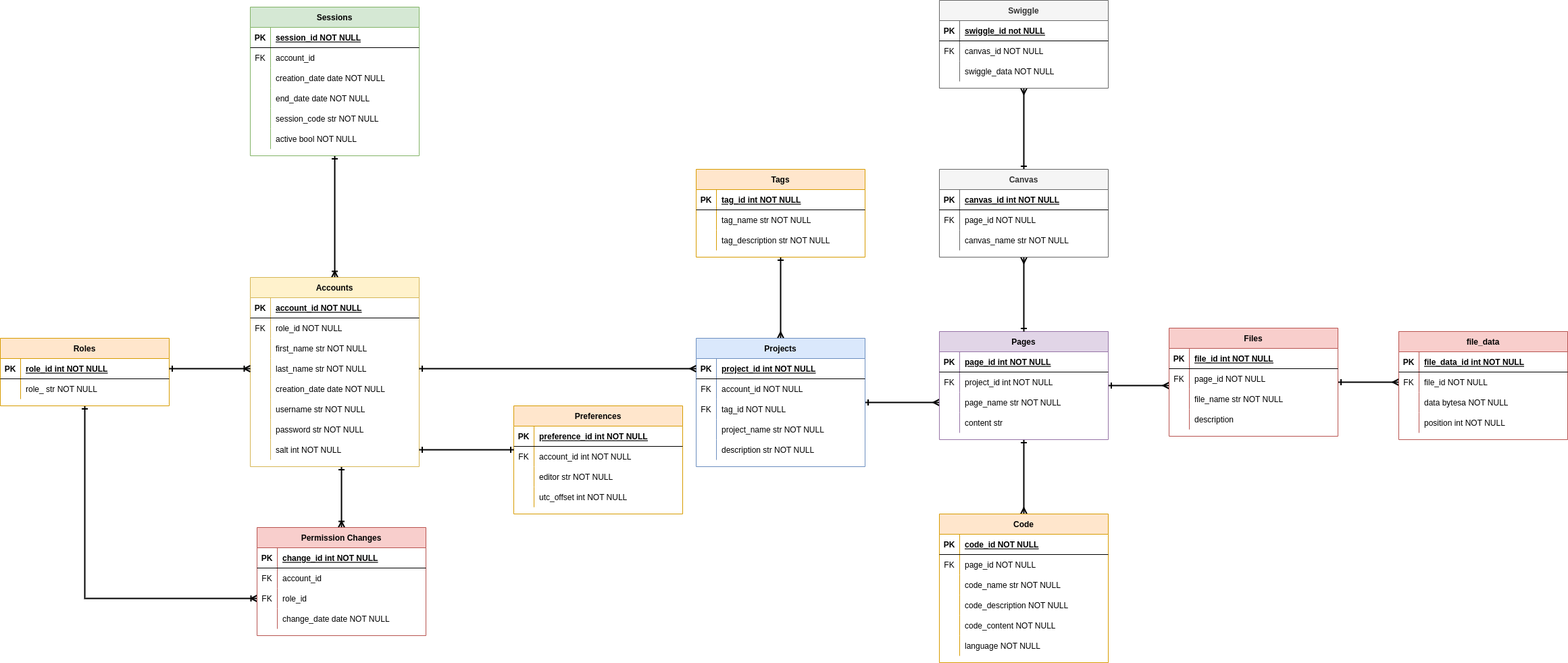
The draw.io diagram assets/erd/erd.png in Maple-Lazuli/one-place-v3, before a commit. Source tidied: cells renumbered, new cells last; positions are measured from the earlier drawing's top-left corner, leaving out a move shared by most shapes.
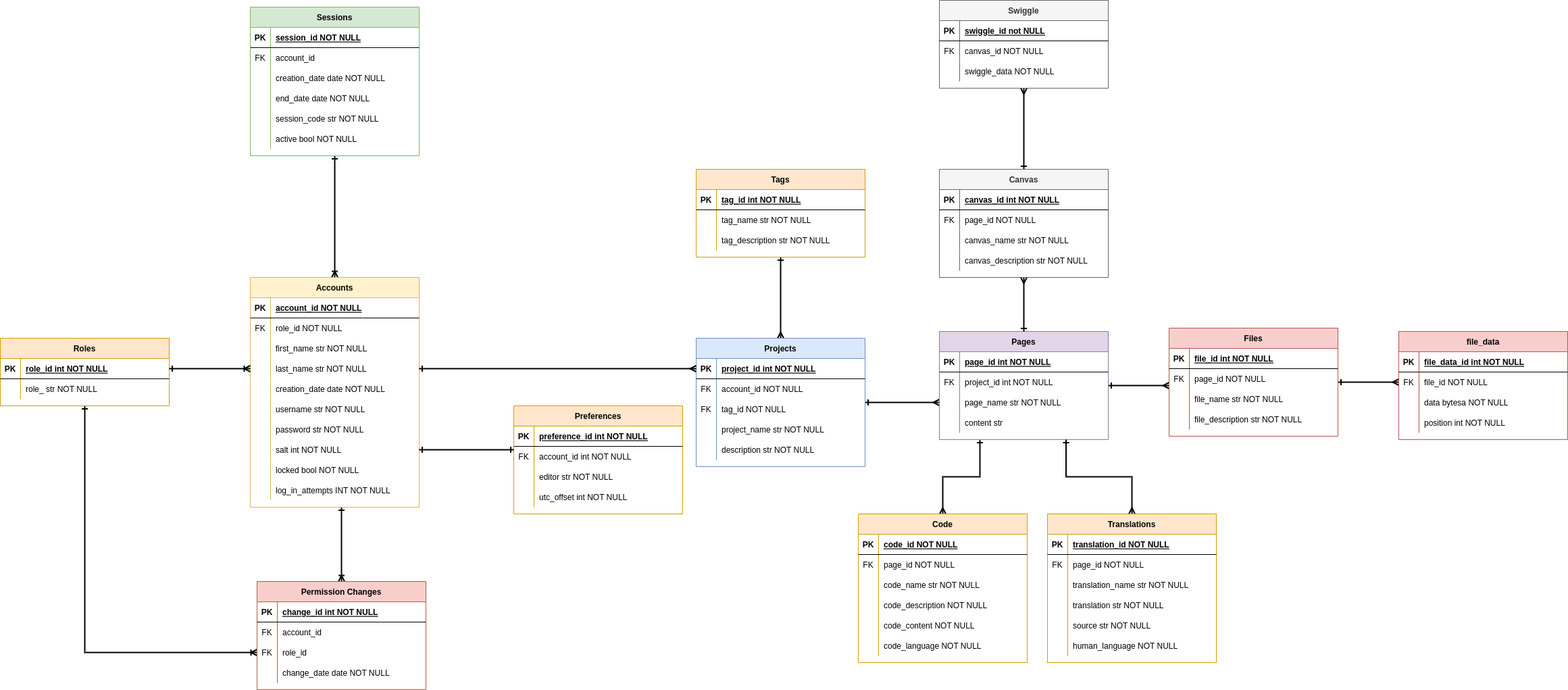
After the commit.

Commit message:
re-exported the erd

Diff of the diagram source:
```diff
@@ -88,11 +88,11 @@
     </mxCell>
     <mxCell id="30" style="edgeStyle=orthogonalEdgeStyle;rounded=0;jettySize=auto;html=1;startArrow=ERoneToMany;startFill=0;endArrow=ERone;endFill=0;strokeWidth=2;" parent="1" edge="1" source="31">
       <mxGeometry relative="1" as="geometry">
-        <mxPoint x="505" y="690" as="targetPoint" />
+        <mxPoint x="505" y="750" as="targetPoint" />
       </mxGeometry>
     </mxCell>
     <mxCell id="31" value="Permission Changes" style="shape=table;startSize=30;rowLines=0;fontStyle=1;align=center;fillColor=#f8cecc;strokeColor=#b85450;" parent="1" vertex="1">
-      <mxGeometry x="380" y="780" width="250" height="160" as="geometry" />
+      <mxGeometry x="380" y="860" width="250" height="160" as="geometry" />
     </mxCell>
     <mxCell id="32" style="shape=partialRectangle;fillColor=none;top=0;left=0;right=0;bottom=1;" parent="31" vertex="1">
       <mxGeometry y="30" width="250" height="30" as="geometry" />
@@ -131,7 +131,7 @@
       <mxGeometry x="30" width="220" height="30" as="geometry" />
     </mxCell>
     <mxCell id="44" value="Accounts" style="shape=table;startSize=30;rowLines=0;fontStyle=1;align=center;fillColor=#fff2cc;strokeColor=#d6b656;" parent="1" vertex="1">
-      <mxGeometry x="370" y="410" width="250" height="280" as="geometry" />
+      <mxGeometry x="370" y="410" width="250" height="340" as="geometry" />
     </mxCell>
     <mxCell id="45" style="shape=partialRectangle;fillColor=none;top=0;left=0;right=0;bottom=1;" parent="44" vertex="1">
       <mxGeometry y="30" width="250" height="30" as="geometry" />
@@ -205,6 +205,24 @@
     <mxCell id="68" value="salt int NOT NULL" style="shape=partialRectangle;overflow=hidden;fillColor=none;top=0;left=0;bottom=0;right=0;align=left;spacingLeft=6;" parent="66" vertex="1">
       <mxGeometry x="30" width="220" height="30" as="geometry" />
     </mxCell>
+    <mxCell id="196" style="shape=partialRectangle;fillColor=none;top=0;left=0;right=0;bottom=0;" parent="44" vertex="1">
+      <mxGeometry y="270" width="250" height="30" as="geometry" />
+    </mxCell>
+    <mxCell id="197" style="shape=partialRectangle;overflow=hidden;fillColor=none;top=0;left=0;bottom=0;right=0;" parent="196" vertex="1">
+      <mxGeometry width="30" height="30" as="geometry" />
+    </mxCell>
+    <mxCell id="198" value="locked bool NOT NULL " style="shape=partialRectangle;overflow=hidden;fillColor=none;top=0;left=0;bottom=0;right=0;align=left;spacingLeft=6;" parent="196" vertex="1">
+      <mxGeometry x="30" width="220" height="30" as="geometry" />
+    </mxCell>
+    <mxCell id="199" style="shape=partialRectangle;fillColor=none;top=0;left=0;right=0;bottom=0;" parent="44" vertex="1">
+      <mxGeometry y="300" width="250" height="30" as="geometry" />
+    </mxCell>
+    <mxCell id="200" style="shape=partialRectangle;overflow=hidden;fillColor=none;top=0;left=0;bottom=0;right=0;" parent="199" vertex="1">
+      <mxGeometry width="30" height="30" as="geometry" />
+    </mxCell>
+    <mxCell id="201" value="log_in_attempts INT NOT NULL" style="shape=partialRectangle;overflow=hidden;fillColor=none;top=0;left=0;bottom=0;right=0;align=left;spacingLeft=6;" parent="199" vertex="1">
+      <mxGeometry x="30" width="220" height="30" as="geometry" />
+    </mxCell>
     <mxCell id="69" style="edgeStyle=orthogonalEdgeStyle;rounded=0;jettySize=auto;html=1;entryX=0;entryY=0.5;entryDx=0;entryDy=0;strokeWidth=2;startArrow=ERone;startFill=0;endArrow=ERoneToMany;endFill=0;" parent="1" edge="1" source="4" target="54">
       <mxGeometry relative="1" as="geometry" />
     </mxCell>
@@ -338,7 +356,12 @@
       <mxGeometry x="30" width="220" height="30" as="geometry" />
     </mxCell>
     <mxCell id="113" style="edgeStyle=orthogonalEdgeStyle;rounded=0;jettySize=auto;html=1;entryX=0.5;entryY=0;entryDx=0;entryDy=0;endArrow=ERmany;endFill=0;startArrow=ERone;startFill=0;strokeWidth=2;" parent="1" edge="1" source="115" target="154">
-      <mxGeometry relative="1" as="geometry" />
+      <mxGeometry relative="1" as="geometry">
+        <Array as="points">
+          <mxPoint x="1450" y="705" />
+          <mxPoint x="1395" y="705" />
+        </Array>
+      </mxGeometry>
     </mxCell>
     <mxCell id="114" style="edgeStyle=orthogonalEdgeStyle;rounded=0;jettySize=auto;html=1;entryX=0;entryY=0.833;entryDx=0;entryDy=0;entryPerimeter=0;endArrow=ERmany;endFill=0;startArrow=ERone;startFill=0;strokeWidth=2;" parent="1" edge="1" source="115" target="145">
       <mxGeometry relative="1" as="geometry" />
@@ -389,7 +412,7 @@
       <mxGeometry relative="1" as="geometry" />
     </mxCell>
     <mxCell id="130" value="Canvas" style="shape=table;startSize=30;rowLines=0;fontStyle=1;align=center;fillColor=#f5f5f5;strokeColor=#666666;fontColor=#333333;" parent="1" vertex="1">
-      <mxGeometry x="1390" y="250" width="250" height="130" as="geometry" />
+      <mxGeometry x="1390" y="250" width="250" height="160" as="geometry" />
     </mxCell>
     <mxCell id="131" style="shape=partialRectangle;fillColor=none;top=0;left=0;right=0;bottom=1;" parent="130" vertex="1">
       <mxGeometry y="30" width="250" height="30" as="geometry" />
@@ -418,6 +441,15 @@
     <mxCell id="139" value="canvas_name str NOT NULL" style="shape=partialRectangle;overflow=hidden;fillColor=none;top=0;left=0;bottom=0;right=0;align=left;spacingLeft=6;" parent="137" vertex="1">
       <mxGeometry x="30" width="220" height="30" as="geometry" />
     </mxCell>
+    <mxCell id="202" style="shape=partialRectangle;fillColor=none;top=0;left=0;right=0;bottom=0;" parent="130" vertex="1">
+      <mxGeometry y="120" width="250" height="30" as="geometry" />
+    </mxCell>
+    <mxCell id="203" style="shape=partialRectangle;overflow=hidden;fillColor=none;top=0;left=0;bottom=0;right=0;" parent="202" vertex="1">
+      <mxGeometry width="30" height="30" as="geometry" />
+    </mxCell>
+    <mxCell id="204" value="canvas_description str NOT NULL" style="shape=partialRectangle;overflow=hidden;fillColor=none;top=0;left=0;bottom=0;right=0;align=left;spacingLeft=6;" parent="202" vertex="1">
+      <mxGeometry x="30" width="220" height="30" as="geometry" />
+    </mxCell>
     <mxCell id="140" style="edgeStyle=orthogonalEdgeStyle;rounded=0;jettySize=auto;html=1;entryX=0;entryY=0.5;entryDx=0;entryDy=0;endArrow=ERmany;endFill=0;startArrow=ERone;startFill=0;strokeWidth=2;" parent="1" edge="1" source="141" target="177">
       <mxGeometry relative="1" as="geometry" />
     </mxCell>
@@ -457,11 +489,11 @@
     <mxCell id="152" style="shape=partialRectangle;overflow=hidden;fillColor=none;top=0;left=0;bottom=0;right=0;" parent="151" vertex="1">
       <mxGeometry width="30" height="30" as="geometry" />
     </mxCell>
-    <mxCell id="153" value="description" style="shape=partialRectangle;overflow=hidden;fillColor=none;top=0;left=0;bottom=0;right=0;align=left;spacingLeft=6;" parent="151" vertex="1">
+    <mxCell id="153" value="file_description str NOT NULL" style="shape=partialRectangle;overflow=hidden;fillColor=none;top=0;left=0;bottom=0;right=0;align=left;spacingLeft=6;" parent="151" vertex="1">
       <mxGeometry x="30" width="220" height="30" as="geometry" />
     </mxCell>
     <mxCell id="154" value="Code" style="shape=table;startSize=30;rowLines=0;fontStyle=1;align=center;fillColor=#ffe6cc;strokeColor=#d79b00;" parent="1" vertex="1">
-      <mxGeometry x="1390" y="760" width="250" height="220" as="geometry" />
+      <mxGeometry x="1270" y="760" width="250" height="220" as="geometry" />
     </mxCell>
     <mxCell id="155" style="shape=partialRectangle;fillColor=none;top=0;left=0;right=0;bottom=1;" parent="154" vertex="1">
       <mxGeometry y="30" width="250" height="30" as="geometry" />
@@ -514,7 +546,7 @@
     <mxCell id="171" style="shape=partialRectangle;overflow=hidden;fillColor=none;top=0;left=0;bottom=0;right=0;" parent="170" vertex="1">
       <mxGeometry width="30" height="30" as="geometry" />
     </mxCell>
-    <mxCell id="172" value="language NOT NULL" style="shape=partialRectangle;overflow=hidden;fillColor=none;top=0;left=0;bottom=0;right=0;align=left;spacingLeft=6;" parent="170" vertex="1">
+    <mxCell id="172" value="code_language NOT NULL" style="shape=partialRectangle;overflow=hidden;fillColor=none;top=0;left=0;bottom=0;right=0;align=left;spacingLeft=6;" parent="170" vertex="1">
       <mxGeometry x="30" width="220" height="30" as="geometry" />
     </mxCell>
     <mxCell id="173" value="file_data" style="shape=table;startSize=30;rowLines=0;fontStyle=1;align=center;fillColor=#f8cecc;strokeColor=#b85450;" parent="1" vertex="1">
@@ -586,5 +618,65 @@
     <mxCell id="195" value="swiggle_data NOT NULL" style="shape=partialRectangle;overflow=hidden;fillColor=none;top=0;left=0;bottom=0;right=0;align=left;spacingLeft=6;" parent="193" vertex="1">
       <mxGeometry x="30" width="220" height="30" as="geometry" />
     </mxCell>
+    <mxCell id="205" style="edgeStyle=orthogonalEdgeStyle;rounded=0;jettySize=auto;html=1;entryX=0.75;entryY=1;entryDx=0;entryDy=0;endArrow=ERone;endFill=0;startArrow=ERmany;startFill=0;fontStyle=1;strokeWidth=2;" parent="1" edge="1" source="206" target="115">
+      <mxGeometry relative="1" as="geometry" />
+    </mxCell>
+    <mxCell id="206" value="Translations" style="shape=table;startSize=30;rowLines=0;fontStyle=1;align=center;fillColor=#ffe6cc;strokeColor=#d79b00;" parent="1" vertex="1">
+      <mxGeometry x="1550" y="760" width="250" height="220" as="geometry" />
+    </mxCell>
+    <mxCell id="207" style="shape=partialRectangle;fillColor=none;top=0;left=0;right=0;bottom=1;" parent="206" vertex="1">
+      <mxGeometry y="30" width="250" height="30" as="geometry" />
+    </mxCell>
+    <mxCell id="208" value="PK" style="shape=partialRectangle;overflow=hidden;fillColor=none;top=0;left=0;bottom=0;right=0;fontStyle=1;" parent="207" vertex="1">
+      <mxGeometry width="30" height="30" as="geometry" />
+    </mxCell>
+    <mxCell id="209" value="translation_id NOT NULL" style="shape=partialRectangle;overflow=hidden;fillColor=none;top=0;left=0;bottom=0;right=0;align=left;spacingLeft=6;fontStyle=5;" parent="207" vertex="1">
+      <mxGeometry x="30" width="220" height="30" as="geometry" />
+    </mxCell>
+    <mxCell id="210" style="shape=partialRectangle;fillColor=none;top=0;left=0;right=0;bottom=0;" parent="206" vertex="1">
+      <mxGeometry y="60" width="250" height="30" as="geometry" />
+    </mxCell>
+    <mxCell id="211" value="FK" style="shape=partialRectangle;overflow=hidden;fillColor=none;top=0;left=0;bottom=0;right=0;" parent="210" vertex="1">
+      <mxGeometry width="30" height="30" as="geometry" />
+    </mxCell>
+    <mxCell id="212" value="page_id NOT NULL" style="shape=partialRectangle;overflow=hidden;fillColor=none;top=0;left=0;bottom=0;right=0;align=left;spacingLeft=6;" parent="210" vertex="1">
+      <mxGeometry x="30" width="220" height="30" as="geometry" />
+    </mxCell>
+    <mxCell id="213" style="shape=partialRectangle;fillColor=none;top=0;left=0;right=0;bottom=0;" parent="206" vertex="1">
+      <mxGeometry y="90" width="250" height="30" as="geometry" />
+    </mxCell>
+    <mxCell id="214" style="shape=partialRectangle;overflow=hidden;fillColor=none;top=0;left=0;bottom=0;right=0;" parent="213" vertex="1">
+      <mxGeometry width="30" height="30" as="geometry" />
+    </mxCell>
+    <mxCell id="215" value="translation_name str NOT NULL" style="shape=partialRectangle;overflow=hidden;fillColor=none;top=0;left=0;bottom=0;right=0;align=left;spacingLeft=6;" parent="213" vertex="1">
+      <mxGeometry x="30" width="220" height="30" as="geometry" />
+    </mxCell>
+    <mxCell id="216" style="shape=partialRectangle;fillColor=none;top=0;left=0;right=0;bottom=0;" parent="206" vertex="1">
+      <mxGeometry y="120" width="250" height="30" as="geometry" />
+    </mxCell>
+    <mxCell id="217" style="shape=partialRectangle;overflow=hidden;fillColor=none;top=0;left=0;bottom=0;right=0;" parent="216" vertex="1">
+      <mxGeometry width="30" height="30" as="geometry" />
+    </mxCell>
+    <mxCell id="218" value="translation str NOT NULL" style="shape=partialRectangle;overflow=hidden;fillColor=none;top=0;left=0;bottom=0;right=0;align=left;spacingLeft=6;" parent="216" vertex="1">
+      <mxGeometry x="30" width="220" height="30" as="geometry" />
+    </mxCell>
+    <mxCell id="219" style="shape=partialRectangle;fillColor=none;top=0;left=0;right=0;bottom=0;" parent="206" vertex="1">
+      <mxGeometry y="150" width="250" height="30" as="geometry" />
+    </mxCell>
+    <mxCell id="220" style="shape=partialRectangle;overflow=hidden;fillColor=none;top=0;left=0;bottom=0;right=0;" parent="219" vertex="1">
+      <mxGeometry width="30" height="30" as="geometry" />
+    </mxCell>
+    <mxCell id="221" value="source str NOT NULL" style="shape=partialRectangle;overflow=hidden;fillColor=none;top=0;left=0;bottom=0;right=0;align=left;spacingLeft=6;" parent="219" vertex="1">
+      <mxGeometry x="30" width="220" height="30" as="geometry" />
+    </mxCell>
+    <mxCell id="222" style="shape=partialRectangle;fillColor=none;top=0;left=0;right=0;bottom=0;" parent="206" vertex="1">
+      <mxGeometry y="180" width="250" height="30" as="geometry" />
+    </mxCell>
+    <mxCell id="223" style="shape=partialRectangle;overflow=hidden;fillColor=none;top=0;left=0;bottom=0;right=0;" parent="222" vertex="1">
+      <mxGeometry width="30" height="30" as="geometry" />
+    </mxCell>
+    <mxCell id="224" value="human_language NOT NULL" style="shape=partialRectangle;overflow=hidden;fillColor=none;top=0;left=0;bottom=0;right=0;align=left;spacingLeft=6;" parent="222" vertex="1">
+      <mxGeometry x="30" width="220" height="30" as="geometry" />
+    </mxCell>
   </root>
 </mxGraphModel>
```
